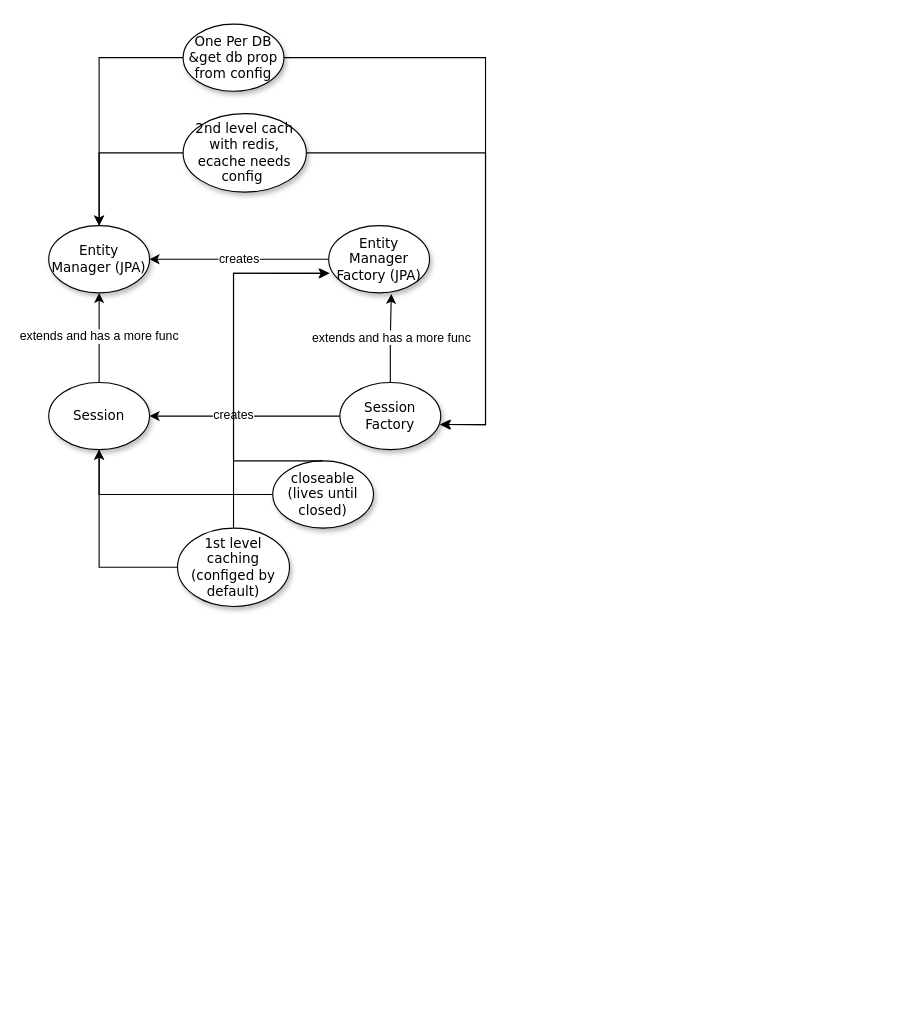
Earlier version of the draw.io diagram Backend/Java/Persistance/ORM/Hibernate/session-1stAnd2ndLevelCaching.drawio (Haileab-TG/conceptMaps). Source tidied: cells renumbered, new cells numbered last; positions are measured from the earlier drawing's top-left corner, leaving out a move shared by most shapes. Both pictures are drawn from the tidied source at 112%, with x=0, y=0 at pixel (48, 24).
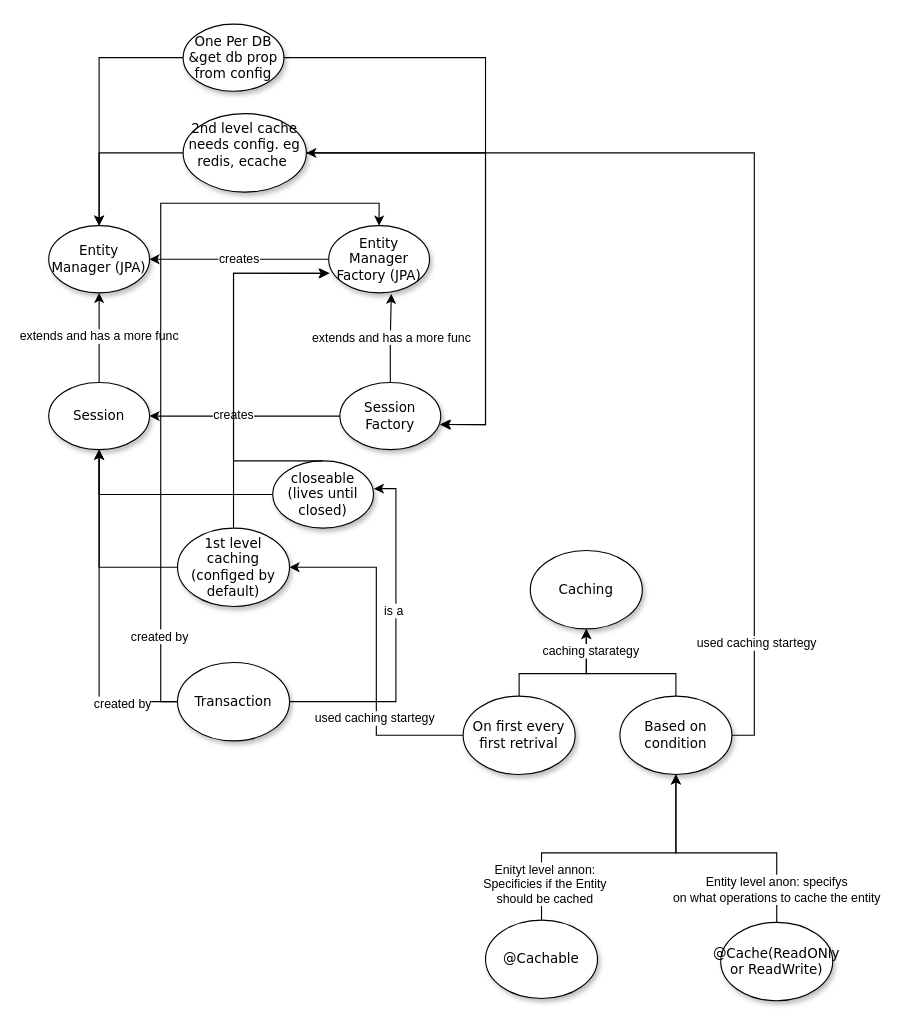
The same diagram, later.

Unchanged cells that the change refers to:
```xml
<mxCell id="5" value="Session" style="ellipse;whiteSpace=wrap;html=1;rounded=0;shadow=1;comic=0;labelBackgroundColor=none;strokeWidth=1;fontFamily=Verdana;fontSize=12;align=center;" parent="1" vertex="1">
  <mxGeometry y="320" width="90" height="60" as="geometry" />
</mxCell>
<mxCell id="7" value="Entity Manager Factory (JPA)" style="ellipse;whiteSpace=wrap;html=1;rounded=0;shadow=1;comic=0;labelBackgroundColor=none;strokeWidth=1;fontFamily=Verdana;fontSize=12;align=center;" parent="1" vertex="1">
  <mxGeometry x="250" y="180" width="90" height="60" as="geometry" />
</mxCell>
<mxCell id="20" value="closeable (lives until closed)" style="ellipse;whiteSpace=wrap;html=1;rounded=0;shadow=1;comic=0;labelBackgroundColor=none;strokeWidth=1;fontFamily=Verdana;fontSize=12;align=center;" parent="1" vertex="1">
  <mxGeometry x="200" y="390" width="90" height="60" as="geometry" />
</mxCell>
<mxCell id="23" value="1st level caching (configed by default)" style="ellipse;whiteSpace=wrap;html=1;rounded=0;shadow=1;comic=0;labelBackgroundColor=none;strokeWidth=1;fontFamily=Verdana;fontSize=12;align=center;" parent="1" vertex="1">
  <mxGeometry x="115" y="450" width="100" height="70" as="geometry" />
</mxCell>
```

What changed in the source:
```diff
@@
-    <mxCell id="17" value="2nd level cach with redis, ecache needs config&amp;nbsp;" style="ellipse;whiteSpace=wrap;html=1;rounded=0;shadow=1;comic=0;labelBackgroundColor=none;strokeWidth=1;fontFamily=Verdana;fontSize=12;align=center;" parent="1" vertex="1">
+    <mxCell id="17" value="2nd level cache needs config. eg redis, ecache&amp;nbsp;&lt;br&gt;&amp;nbsp;" style="ellipse;whiteSpace=wrap;html=1;rounded=0;shadow=1;comic=0;labelBackgroundColor=none;strokeWidth=1;fontFamily=Verdana;fontSize=12;align=center;" parent="1" vertex="1">
       <mxGeometry x="120" y="80" width="110" height="70" as="geometry" />
     </mxCell>
@@
+    <mxCell id="25" style="edgeStyle=orthogonalEdgeStyle;rounded=0;jettySize=auto;html=1;exitX=0;exitY=0.5;exitDx=0;exitDy=0;entryX=0.5;entryY=1;entryDx=0;entryDy=0;" parent="1" edge="1" source="29" target="5">
+      <mxGeometry relative="1" as="geometry" />
+    </mxCell>
+    <mxCell id="26" value="created by" style="edgeLabel;html=1;align=center;verticalAlign=middle;" parent="25" vertex="1">
+      <mxGeometry x="-0.66" y="1" relative="1" as="geometry" />
+    </mxCell>
+    <mxCell id="27" style="edgeStyle=orthogonalEdgeStyle;rounded=0;jettySize=auto;html=1;exitX=0;exitY=0.5;exitDx=0;exitDy=0;entryX=0.5;entryY=0;entryDx=0;entryDy=0;" parent="1" edge="1" source="29" target="7">
+      <mxGeometry relative="1" as="geometry">
+        <Array as="points">
+          <mxPoint x="100" y="605" />
+          <mxPoint x="100" y="160" />
+          <mxPoint x="295" y="160" />
+        </Array>
+      </mxGeometry>
+    </mxCell>
+    <mxCell id="28" value="created by" style="edgeLabel;html=1;align=center;verticalAlign=middle;" parent="27" vertex="1">
+      <mxGeometry x="-0.78" y="2" relative="1" as="geometry" />
+    </mxCell>
+    <mxCell id="29" value="Transaction" style="ellipse;whiteSpace=wrap;html=1;rounded=0;shadow=1;comic=0;labelBackgroundColor=none;strokeWidth=1;fontFamily=Verdana;fontSize=12;align=center;" parent="1" vertex="1">
+      <mxGeometry x="115" y="570" width="100" height="70" as="geometry" />
+    </mxCell>
+    <mxCell id="30" style="edgeStyle=orthogonalEdgeStyle;rounded=0;jettySize=auto;html=1;exitX=1;exitY=0.5;exitDx=0;exitDy=0;entryX=1.004;entryY=0.413;entryDx=0;entryDy=0;entryPerimeter=0;" parent="1" edge="1" source="29" target="20">
+      <mxGeometry relative="1" as="geometry" />
+    </mxCell>
+    <mxCell id="31" value="is a" style="edgeLabel;html=1;align=center;verticalAlign=middle;" parent="30" vertex="1">
+      <mxGeometry x="0.16" y="3" relative="1" as="geometry" />
+    </mxCell>
+    <mxCell id="32" value="Caching" style="ellipse;whiteSpace=wrap;html=1;rounded=0;shadow=1;comic=0;labelBackgroundColor=none;strokeWidth=1;fontFamily=Verdana;fontSize=12;align=center;" parent="1" vertex="1">
+      <mxGeometry x="430" y="470" width="100" height="70" as="geometry" />
+    </mxCell>
+    <mxCell id="33" style="edgeStyle=orthogonalEdgeStyle;rounded=0;jettySize=auto;html=1;exitX=0.5;exitY=0;exitDx=0;exitDy=0;entryX=0.5;entryY=1;entryDx=0;entryDy=0;" parent="1" edge="1" source="36" target="32">
+      <mxGeometry relative="1" as="geometry">
+        <Array as="points">
+          <mxPoint x="420" y="580" />
+          <mxPoint x="480" y="580" />
+        </Array>
+      </mxGeometry>
+    </mxCell>
+    <mxCell id="34" style="edgeStyle=orthogonalEdgeStyle;rounded=0;jettySize=auto;html=1;entryX=1;entryY=0.5;entryDx=0;entryDy=0;" parent="1" edge="1" source="36" target="23">
+      <mxGeometry relative="1" as="geometry" />
+    </mxCell>
+    <mxCell id="35" value="used caching startegy" style="edgeLabel;html=1;align=center;verticalAlign=middle;" parent="34" vertex="1">
+      <mxGeometry x="-0.39" y="2" relative="1" as="geometry" />
+    </mxCell>
+    <mxCell id="36" value="On first every first retrival" style="ellipse;whiteSpace=wrap;html=1;rounded=0;shadow=1;comic=0;labelBackgroundColor=none;strokeWidth=1;fontFamily=Verdana;fontSize=12;align=center;" parent="1" vertex="1">
+      <mxGeometry x="370" y="600" width="100" height="70" as="geometry" />
+    </mxCell>
+    <mxCell id="37" style="edgeStyle=orthogonalEdgeStyle;rounded=0;jettySize=auto;html=1;exitX=0.5;exitY=0;exitDx=0;exitDy=0;entryX=0.5;entryY=1;entryDx=0;entryDy=0;" parent="1" edge="1" source="41" target="32">
+      <mxGeometry relative="1" as="geometry">
+        <Array as="points">
+          <mxPoint x="560" y="580" />
+          <mxPoint x="480" y="580" />
+        </Array>
+      </mxGeometry>
+    </mxCell>
+    <mxCell id="38" value="caching starategy" style="edgeLabel;html=1;align=center;verticalAlign=middle;" parent="37" vertex="1">
+      <mxGeometry x="0.73" y="-3" relative="1" as="geometry" />
+    </mxCell>
+    <mxCell id="39" style="edgeStyle=orthogonalEdgeStyle;rounded=0;jettySize=auto;html=1;exitX=1;exitY=0.5;exitDx=0;exitDy=0;entryX=1;entryY=0.5;entryDx=0;entryDy=0;" parent="1" edge="1" source="41" target="17">
+      <mxGeometry relative="1" as="geometry" />
+    </mxCell>
+    <mxCell id="40" value="used caching startegy" style="edgeLabel;html=1;align=center;verticalAlign=middle;" parent="39" vertex="1">
+      <mxGeometry x="-0.78" y="-1" relative="1" as="geometry" />
+    </mxCell>
+    <mxCell id="41" value="Based on condition" style="ellipse;whiteSpace=wrap;html=1;rounded=0;shadow=1;comic=0;labelBackgroundColor=none;strokeWidth=1;fontFamily=Verdana;fontSize=12;align=center;" parent="1" vertex="1">
+      <mxGeometry x="510" y="600" width="100" height="70" as="geometry" />
+    </mxCell>
+    <mxCell id="42" style="edgeStyle=orthogonalEdgeStyle;rounded=0;jettySize=auto;html=1;exitX=0.5;exitY=0;exitDx=0;exitDy=0;entryX=0.5;entryY=1;entryDx=0;entryDy=0;" parent="1" edge="1" source="44" target="41">
+      <mxGeometry relative="1" as="geometry">
+        <Array as="points">
+          <mxPoint x="440" y="740" />
+          <mxPoint x="560" y="740" />
+        </Array>
+      </mxGeometry>
+    </mxCell>
+    <mxCell id="43" value="Enityt level annon: &lt;br&gt;Specificies if the Entity&lt;br&gt;should be cached" style="edgeLabel;html=1;align=center;verticalAlign=middle;" parent="42" vertex="1">
+      <mxGeometry x="-0.74" y="-2" relative="1" as="geometry" />
+    </mxCell>
+    <mxCell id="44" value="@Cachable" style="ellipse;whiteSpace=wrap;html=1;rounded=0;shadow=1;comic=0;labelBackgroundColor=none;strokeWidth=1;fontFamily=Verdana;fontSize=12;align=center;" parent="1" vertex="1">
+      <mxGeometry x="390" y="800" width="100" height="70" as="geometry" />
+    </mxCell>
+    <mxCell id="45" style="edgeStyle=orthogonalEdgeStyle;rounded=0;jettySize=auto;html=1;exitX=0.5;exitY=0;exitDx=0;exitDy=0;entryX=0.5;entryY=1;entryDx=0;entryDy=0;" parent="1" edge="1" source="47" target="41">
+      <mxGeometry relative="1" as="geometry">
+        <Array as="points">
+          <mxPoint x="650" y="740" />
+          <mxPoint x="560" y="740" />
+        </Array>
+      </mxGeometry>
+    </mxCell>
+    <mxCell id="46" value="Entity level anon: specifys&lt;br&gt;on what operations to cache the entity" style="edgeLabel;html=1;align=center;verticalAlign=middle;" parent="45" vertex="1">
+      <mxGeometry x="-0.73" y="1" relative="1" as="geometry" />
+    </mxCell>
+    <mxCell id="47" value="@Cache(ReadONly or ReadWrite)" style="ellipse;whiteSpace=wrap;html=1;rounded=0;shadow=1;comic=0;labelBackgroundColor=none;strokeWidth=1;fontFamily=Verdana;fontSize=12;align=center;" parent="1" vertex="1">
+      <mxGeometry x="600" y="802" width="100" height="70" as="geometry" />
+    </mxCell>
```
